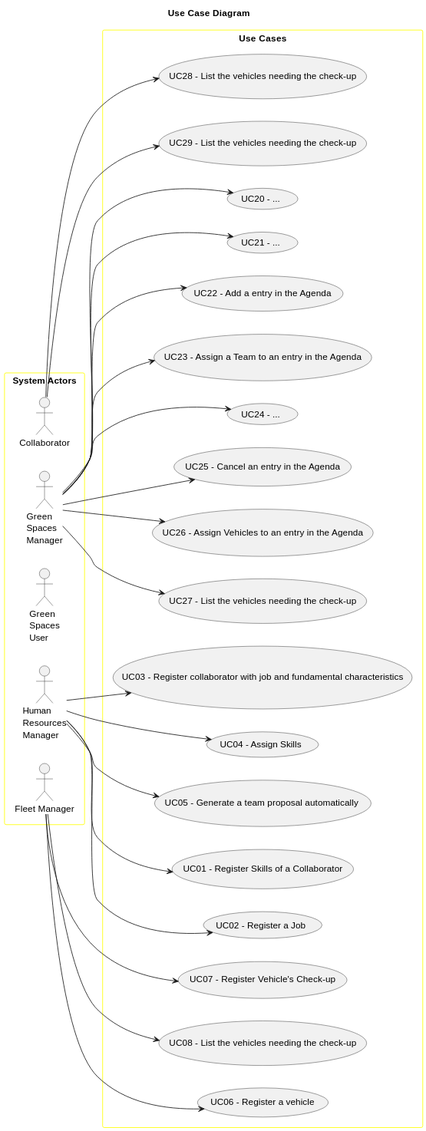
Before: docs/sprintA&B&C/global-artifacts/01.requirements-engineering/svg/use-case-diagram.svg, a diagram exported from PlantUML (daniel41silva05/ISEP_2023_2024_LAPR2).
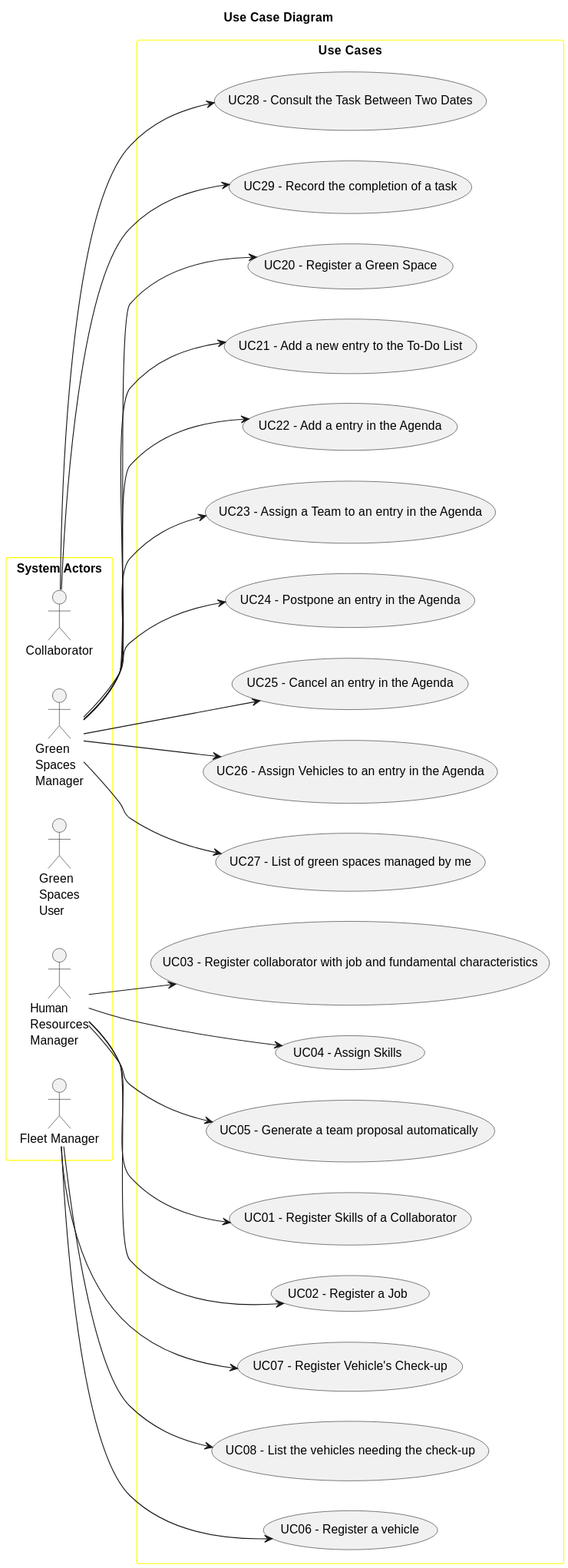
After the change.

Commit message:
Domain Model + Use Case Diagram

Diff of the diagram source:
```diff
@@ -35,25 +35,25 @@
     usecase "UC08 - List the vehicles needing the check-up" as UC08
     FM --> UC08
 
-    usecase "UC20 - ..." as UC20
+    usecase "UC20 - Register a Green Space" as UC20
     GSM --> UC20
-    usecase "UC21 - ..." as UC21
+    usecase "UC21 - Add a new entry to the To-Do List" as UC21
     GSM --> UC21
     usecase "UC22 - Add a entry in the Agenda" as UC22
     GSM --> UC22
     usecase "UC23 - Assign a Team to an entry in the Agenda" as UC23
     GSM --> UC23
-    usecase "UC24 - ..." as UC24
+    usecase "UC24 - Postpone an entry in the Agenda" as UC24
     GSM --> UC24
     usecase "UC25 - Cancel an entry in the Agenda" as UC25
     GSM --> UC25
     usecase "UC26 - Assign Vehicles to an entry in the Agenda" as UC26
     GSM --> UC26
-    usecase "UC27 - List the vehicles needing the check-up" as UC27
+    usecase "UC27 - List of green spaces managed by me" as UC27
     GSM --> UC27
-    usecase "UC28 - List the vehicles needing the check-up" as UC28
+    usecase "UC28 - Consult the Task Between Two Dates" as UC28
     Collaborator --> UC28
-    usecase "UC29 - List the vehicles needing the check-up" as UC29
+    usecase "UC29 - Record the completion of a task" as UC29
     Collaborator --> UC29
 
 }
```
